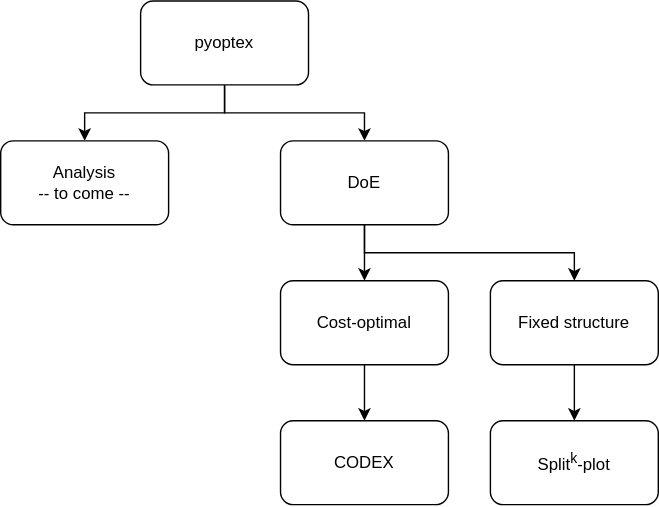
Before: docs/source/assets/img/pyoptex_overview.svg, a diagram exported from draw.io (mborn1/pyoptex). Source tidied: cells renumbered, new cells last; positions are measured from the earlier drawing's top-left corner, leaving out a move shared by most shapes.
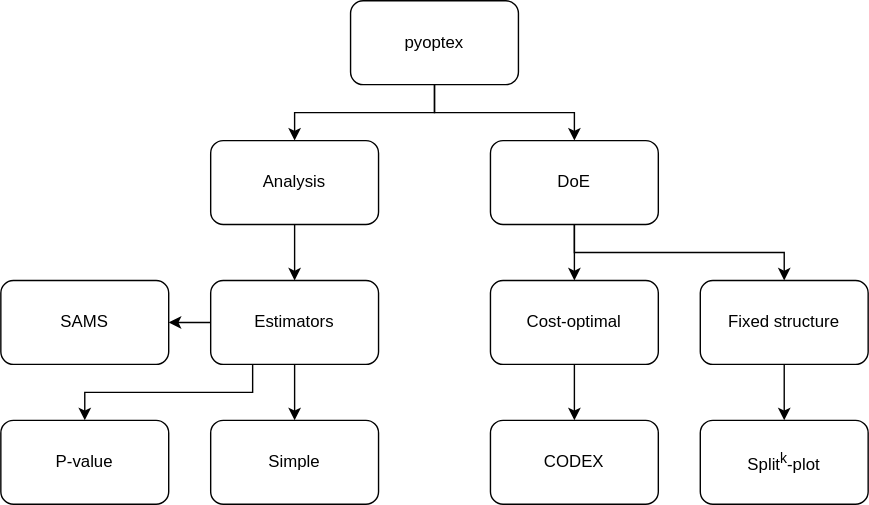
Later version of the same file.

What changed in the source:
```diff
@@ -2,44 +2,68 @@
   <root>
     <mxCell id="0" />
     <mxCell id="1" parent="0" />
-    <mxCell id="2" style="edgeStyle=orthogonalEdgeStyle;rounded=0;jettySize=auto;html=1;exitX=0.5;exitY=1;exitDx=0;exitDy=0;entryX=0.5;entryY=0;entryDx=0;entryDy=0;" parent="1" edge="1" source="4" target="5">
+    <mxCell id="2" style="edgeStyle=orthogonalEdgeStyle;rounded=0;jettySize=auto;html=1;exitX=0.5;exitY=1;exitDx=0;exitDy=0;entryX=0.5;entryY=0;entryDx=0;entryDy=0;strokeColor=light-dark(#000000,#000000);" parent="1" edge="1" source="4" target="5">
       <mxGeometry relative="1" as="geometry" />
     </mxCell>
-    <mxCell id="3" style="edgeStyle=orthogonalEdgeStyle;rounded=0;jettySize=auto;html=1;exitX=0.5;exitY=1;exitDx=0;exitDy=0;entryX=0.5;entryY=0;entryDx=0;entryDy=0;" parent="1" edge="1" source="4" target="8">
+    <mxCell id="3" style="edgeStyle=orthogonalEdgeStyle;rounded=0;jettySize=auto;html=1;exitX=0.5;exitY=1;exitDx=0;exitDy=0;entryX=0.5;entryY=0;entryDx=0;entryDy=0;strokeColor=light-dark(#000000,#000000);" parent="1" edge="1" source="4" target="8">
       <mxGeometry relative="1" as="geometry" />
     </mxCell>
-    <mxCell id="4" value="pyoptex" style="rounded=1;whiteSpace=wrap;html=1;fillColor=#ffffff;" parent="1" vertex="1">
+    <mxCell id="4" value="pyoptex" style="rounded=1;whiteSpace=wrap;html=1;fillColor=light-dark(#FFFFFF,#FFFFFF);fontColor=light-dark(#000000,#000000);strokeColor=light-dark(#000000,#000000);" parent="1" vertex="1">
       <mxGeometry x="100" width="120" height="60" as="geometry" />
     </mxCell>
+    <mxCell id="15" style="edgeStyle=orthogonalEdgeStyle;rounded=0;jettySize=auto;html=1;exitX=0.5;exitY=1;exitDx=0;exitDy=0;entryX=0.5;entryY=0;entryDx=0;entryDy=0;strokeColor=light-dark(#000000,#000000);" parent="1" edge="1" source="5" target="19">
+      <mxGeometry relative="1" as="geometry" />
+    </mxCell>
-    <mxCell id="5" value="&lt;div&gt;Analysis&lt;/div&gt;&lt;div&gt;-- to come --&lt;br&gt;&lt;/div&gt;" style="rounded=1;whiteSpace=wrap;html=1;" parent="1" vertex="1">
+    <mxCell id="5" value="&lt;div&gt;Analysis&lt;/div&gt;" style="rounded=1;whiteSpace=wrap;html=1;fontColor=light-dark(#000000,#000000);fillColor=light-dark(#FFFFFF,#FFFFFF);strokeColor=light-dark(#000000,#000000);" parent="1" vertex="1">
       <mxGeometry y="100" width="120" height="60" as="geometry" />
     </mxCell>
-    <mxCell id="6" style="edgeStyle=orthogonalEdgeStyle;rounded=0;jettySize=auto;html=1;exitX=0.5;exitY=1;exitDx=0;exitDy=0;entryX=0.5;entryY=0;entryDx=0;entryDy=0;" parent="1" edge="1" source="8" target="10">
+    <mxCell id="6" style="edgeStyle=orthogonalEdgeStyle;rounded=0;jettySize=auto;html=1;exitX=0.5;exitY=1;exitDx=0;exitDy=0;entryX=0.5;entryY=0;entryDx=0;entryDy=0;strokeColor=light-dark(#000000,#000000);" parent="1" edge="1" source="8" target="10">
       <mxGeometry relative="1" as="geometry" />
     </mxCell>
-    <mxCell id="7" style="edgeStyle=orthogonalEdgeStyle;rounded=0;jettySize=auto;html=1;exitX=0.5;exitY=1;exitDx=0;exitDy=0;entryX=0.5;entryY=0;entryDx=0;entryDy=0;" parent="1" edge="1" source="8" target="12">
+    <mxCell id="7" style="edgeStyle=orthogonalEdgeStyle;rounded=0;jettySize=auto;html=1;exitX=0.5;exitY=1;exitDx=0;exitDy=0;entryX=0.5;entryY=0;entryDx=0;entryDy=0;strokeColor=light-dark(#000000,#000000);" parent="1" edge="1" source="8" target="12">
       <mxGeometry relative="1" as="geometry" />
     </mxCell>
-    <mxCell id="8" value="DoE" style="rounded=1;whiteSpace=wrap;html=1;" parent="1" vertex="1">
+    <mxCell id="8" value="DoE" style="rounded=1;whiteSpace=wrap;html=1;fontColor=light-dark(#000000,#000000);fillColor=light-dark(#FFFFFF,#FFFFFF);strokeColor=light-dark(#000000,#000000);" parent="1" vertex="1">
       <mxGeometry x="200" y="100" width="120" height="60" as="geometry" />
     </mxCell>
-    <mxCell id="9" style="edgeStyle=orthogonalEdgeStyle;rounded=0;jettySize=auto;html=1;" parent="1" edge="1" source="10" target="13">
+    <mxCell id="9" style="edgeStyle=orthogonalEdgeStyle;rounded=0;jettySize=auto;html=1;strokeColor=light-dark(#000000,#000000);" parent="1" edge="1" source="10" target="13">
       <mxGeometry relative="1" as="geometry" />
     </mxCell>
-    <mxCell id="10" value="Cost-optimal" style="rounded=1;whiteSpace=wrap;html=1;" parent="1" vertex="1">
+    <mxCell id="10" value="Cost-optimal" style="rounded=1;whiteSpace=wrap;html=1;fontColor=light-dark(#000000,#000000);fillColor=light-dark(#FFFFFF,#FFFFFF);strokeColor=light-dark(#000000,#000000);" parent="1" vertex="1">
       <mxGeometry x="200" y="200" width="120" height="60" as="geometry" />
     </mxCell>
-    <mxCell id="11" style="edgeStyle=orthogonalEdgeStyle;rounded=0;jettySize=auto;html=1;exitX=0.5;exitY=1;exitDx=0;exitDy=0;entryX=0.5;entryY=0;entryDx=0;entryDy=0;" parent="1" edge="1" source="12" target="14">
+    <mxCell id="11" style="edgeStyle=orthogonalEdgeStyle;rounded=0;jettySize=auto;html=1;exitX=0.5;exitY=1;exitDx=0;exitDy=0;entryX=0.5;entryY=0;entryDx=0;entryDy=0;strokeColor=light-dark(#000000,#000000);" parent="1" edge="1" source="12" target="14">
       <mxGeometry relative="1" as="geometry" />
     </mxCell>
-    <mxCell id="12" value="Fixed structure" style="rounded=1;whiteSpace=wrap;html=1;" parent="1" vertex="1">
+    <mxCell id="12" value="Fixed structure" style="rounded=1;whiteSpace=wrap;html=1;fontColor=light-dark(#000000,#000000);fillColor=light-dark(#FFFFFF,#F7F7F7);strokeColor=light-dark(#000000,#000000);" parent="1" vertex="1">
       <mxGeometry x="350" y="200" width="120" height="60" as="geometry" />
     </mxCell>
-    <mxCell id="13" value="CODEX" style="rounded=1;whiteSpace=wrap;html=1;" parent="1" vertex="1">
+    <mxCell id="13" value="CODEX" style="rounded=1;whiteSpace=wrap;html=1;fontColor=light-dark(#000000,#000000);fillColor=light-dark(#FFFFFF,#FFFFFF);strokeColor=light-dark(#000000,#000000);" parent="1" vertex="1">
       <mxGeometry x="200" y="300" width="120" height="60" as="geometry" />
     </mxCell>
-    <mxCell id="14" value="Split&lt;sup&gt;k&lt;/sup&gt;-plot" style="rounded=1;whiteSpace=wrap;html=1;" parent="1" vertex="1">
+    <mxCell id="14" value="Split&lt;sup&gt;k&lt;/sup&gt;-plot" style="rounded=1;whiteSpace=wrap;html=1;fontColor=light-dark(#000000,#000000);fillColor=light-dark(#FFFFFF,#FFFFFF);strokeColor=light-dark(#000000,#000000);" parent="1" vertex="1">
       <mxGeometry x="350" y="300" width="120" height="60" as="geometry" />
     </mxCell>
+    <mxCell id="16" style="edgeStyle=orthogonalEdgeStyle;rounded=0;jettySize=auto;html=1;exitX=0.5;exitY=1;exitDx=0;exitDy=0;strokeColor=light-dark(#000000,#000000);" parent="1" edge="1" source="19" target="20">
+      <mxGeometry relative="1" as="geometry" />
+    </mxCell>
+    <mxCell id="17" style="edgeStyle=orthogonalEdgeStyle;rounded=0;jettySize=auto;html=1;exitX=0;exitY=0.5;exitDx=0;exitDy=0;strokeColor=light-dark(#000000,#000000);" parent="1" edge="1" source="19" target="22">
+      <mxGeometry relative="1" as="geometry" />
+    </mxCell>
+    <mxCell id="18" style="edgeStyle=orthogonalEdgeStyle;rounded=0;jettySize=auto;html=1;exitX=0.25;exitY=1;exitDx=0;exitDy=0;entryX=0.5;entryY=0;entryDx=0;entryDy=0;strokeColor=light-dark(#000000,#000000);" parent="1" edge="1" source="19" target="21">
+      <mxGeometry relative="1" as="geometry" />
+    </mxCell>
+    <mxCell id="19" value="&lt;div&gt;Estimators&lt;/div&gt;" style="rounded=1;whiteSpace=wrap;html=1;fontColor=light-dark(#000000,#000000);fillColor=light-dark(#FFFFFF,#FFFFFF);strokeColor=light-dark(#000000,#000000);" parent="1" vertex="1">
+      <mxGeometry y="200" width="120" height="60" as="geometry" />
+    </mxCell>
+    <mxCell id="20" value="&lt;div&gt;Simple&lt;/div&gt;" style="rounded=1;whiteSpace=wrap;html=1;fontColor=light-dark(#000000,#000000);fillColor=light-dark(#FFFFFF,#FFFFFF);strokeColor=light-dark(#000000,#000000);" parent="1" vertex="1">
+      <mxGeometry y="300" width="120" height="60" as="geometry" />
+    </mxCell>
+    <mxCell id="21" value="&lt;div&gt;P-value&lt;/div&gt;" style="rounded=1;whiteSpace=wrap;html=1;fontColor=light-dark(#000000,#000000);fillColor=light-dark(#FFFFFF,#FFFFFF);strokeColor=light-dark(#000000,#000000);" parent="1" vertex="1">
+      <mxGeometry x="-150" y="300" width="120" height="60" as="geometry" />
+    </mxCell>
+    <mxCell id="22" value="&lt;div&gt;SAMS&lt;/div&gt;" style="rounded=1;whiteSpace=wrap;html=1;fontStyle=0;fontColor=light-dark(#000000,#000000);fillColor=light-dark(#FFFFFF,#FFFFFF);strokeColor=light-dark(#000000,#000000);" parent="1" vertex="1">
+      <mxGeometry x="-150" y="200" width="120" height="60" as="geometry" />
+    </mxCell>
   </root>
 </mxGraphModel>
```
